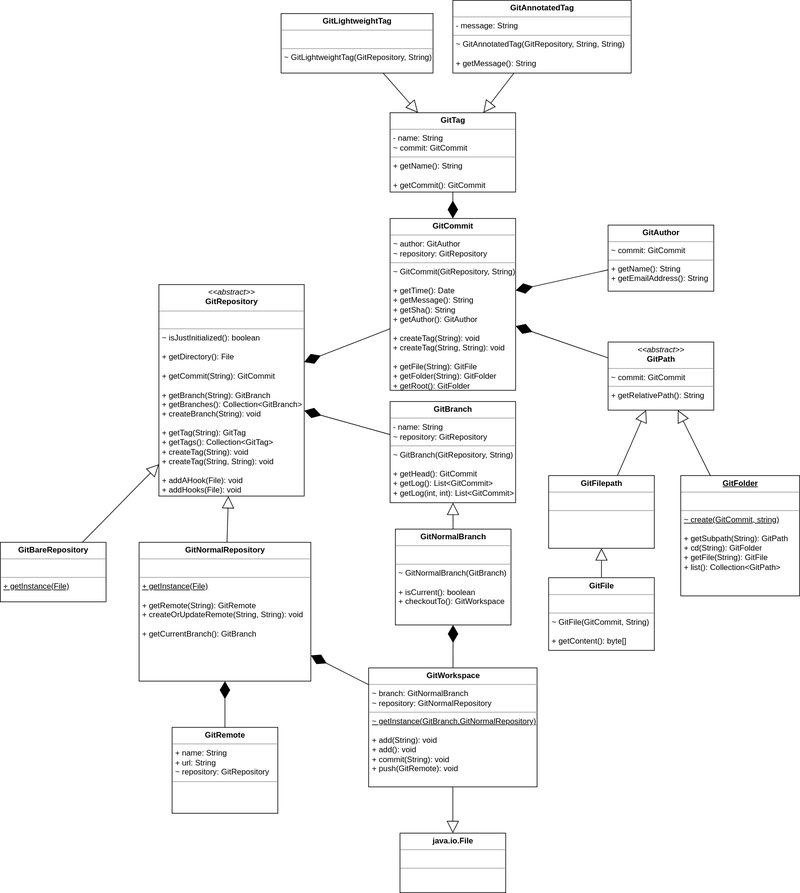
This is doc/class_uml.svg from gitenter/gitar, a draw.io export, as it was before one commit. Source tidied: cells renumbered, new cells last; positions are measured from the earlier drawing's top-left corner, leaving out a move shared by most shapes.
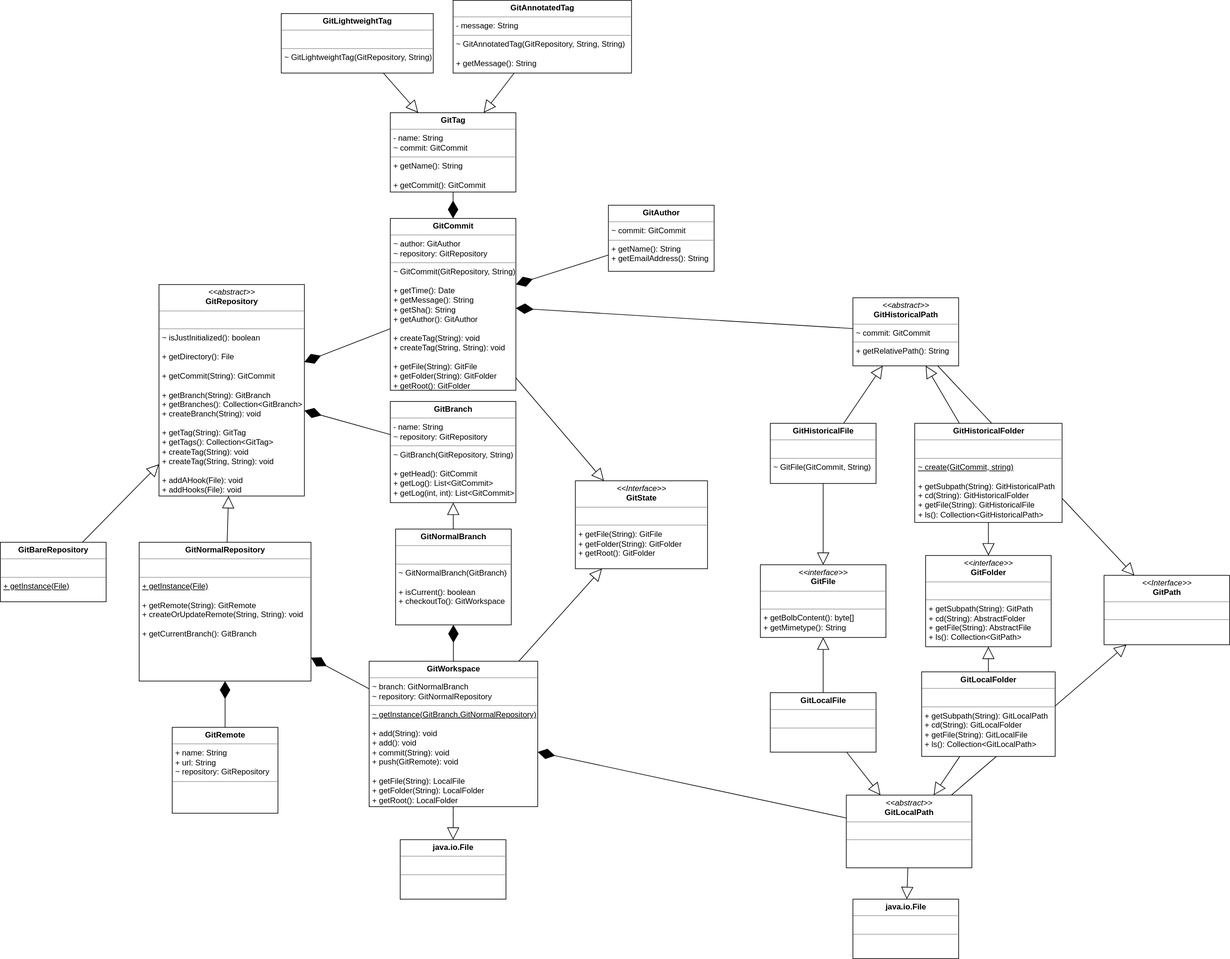
After the commit.

Commit message:
Update and add-to-javadoc class diagram

The edit, as a diff of the source:
```diff
@@ -32,29 +32,23 @@
     <mxCell id="11" style="endArrow=block;endSize=16;endFill=0;html=1;strokeColor=#000000;strokeWidth=1;fontSize=16;" parent="1" edge="1" source="10" target="2">
       <mxGeometry relative="1" as="geometry" />
     </mxCell>
-    <mxCell id="12" value="&lt;p style=&quot;margin: 0px ; margin-top: 4px ; text-align: center&quot;&gt;&lt;i&gt;&amp;lt;&amp;lt;abstract&amp;gt;&amp;gt;&lt;/i&gt;&lt;br&gt;&lt;b&gt;GitPath&lt;/b&gt;&lt;br&gt;&lt;/p&gt;&lt;hr size=&quot;1&quot;&gt;&lt;p style=&quot;margin: 0px ; margin-left: 4px&quot;&gt;&lt;span&gt;~ commit: GitCommit&lt;/span&gt;&lt;br&gt;&lt;/p&gt;&lt;hr size=&quot;1&quot;&gt;&lt;p style=&quot;margin: 0px ; margin-left: 4px&quot;&gt;+ getRelativePath(): String&lt;/p&gt;" style="verticalAlign=top;align=left;overflow=fill;fontSize=12;fontFamily=Helvetica;html=1;" parent="1" vertex="1">
-      <mxGeometry x="920" y="517" width="160" height="103" as="geometry" />
+    <mxCell id="12" value="&lt;p style=&quot;margin: 0px ; margin-top: 4px ; text-align: center&quot;&gt;&lt;i&gt;&amp;lt;&amp;lt;abstract&amp;gt;&amp;gt;&lt;/i&gt;&lt;br&gt;&lt;b&gt;GitHistoricalPath&lt;/b&gt;&lt;br&gt;&lt;/p&gt;&lt;hr size=&quot;1&quot;&gt;&lt;p style=&quot;margin: 0px ; margin-left: 4px&quot;&gt;&lt;span&gt;~ commit: GitCommit&lt;/span&gt;&lt;br&gt;&lt;/p&gt;&lt;hr size=&quot;1&quot;&gt;&lt;p style=&quot;margin: 0px ; margin-left: 4px&quot;&gt;+ getRelativePath(): String&lt;/p&gt;" style="verticalAlign=top;align=left;overflow=fill;fontSize=12;fontFamily=Helvetica;html=1;" parent="1" vertex="1">
+      <mxGeometry x="1290" y="450" width="160" height="103" as="geometry" />
     </mxCell>
     <mxCell id="13" style="endArrow=diamondThin;endFill=1;endSize=24;html=1;strokeColor=#000000;strokeWidth=1;fontSize=16;" parent="1" edge="1" source="12" target="3">
       <mxGeometry relative="1" as="geometry" />
     </mxCell>
-    <mxCell id="14" value="&lt;p style=&quot;margin: 0px ; margin-top: 4px ; text-align: center&quot;&gt;&lt;b&gt;GitFilepath&lt;/b&gt;&lt;/p&gt;&lt;hr size=&quot;1&quot;&gt;&lt;p style=&quot;margin: 0px ; margin-left: 4px&quot;&gt;&lt;br&gt;&lt;/p&gt;&lt;hr size=&quot;1&quot;&gt;&lt;p style=&quot;margin: 0px ; margin-left: 4px&quot;&gt;&lt;br&gt;&lt;/p&gt;" style="verticalAlign=top;align=left;overflow=fill;fontSize=12;fontFamily=Helvetica;html=1;" parent="1" vertex="1">
-      <mxGeometry x="830" y="719" width="160" height="110" as="geometry" />
-    </mxCell>
-    <mxCell id="15" value="&lt;p style=&quot;margin: 0px ; margin-top: 4px ; text-align: center&quot;&gt;&lt;b&gt;&lt;u&gt;GitFolder&lt;/u&gt;&lt;/b&gt;&lt;/p&gt;&lt;hr size=&quot;1&quot;&gt;&lt;p style=&quot;margin: 0px ; margin-left: 4px&quot;&gt;&lt;u&gt;&lt;br&gt;&lt;/u&gt;&lt;/p&gt;&lt;hr size=&quot;1&quot;&gt;&lt;p style=&quot;margin: 0px ; margin-left: 4px&quot;&gt;&lt;span&gt;&lt;u&gt;~ create(GitCommit, string)&lt;/u&gt;&lt;/span&gt;&lt;/p&gt;&lt;p style=&quot;margin: 0px ; margin-left: 4px&quot;&gt;&lt;span&gt;&lt;br&gt;&lt;/span&gt;&lt;/p&gt;&lt;p style=&quot;margin: 0px ; margin-left: 4px&quot;&gt;&lt;span&gt;+ getSubpath(String): GitPath&lt;/span&gt;&lt;/p&gt;&lt;p style=&quot;margin: 0px ; margin-left: 4px&quot;&gt;+ cd(String): GitFolder&lt;/p&gt;&lt;p style=&quot;margin: 0px ; margin-left: 4px&quot;&gt;+ getFile(String): GitFile&lt;/p&gt;&lt;p style=&quot;margin: 0px ; margin-left: 4px&quot;&gt;&lt;span&gt;+ list(): Collection&amp;lt;GitPath&amp;gt;&lt;/span&gt;&lt;/p&gt;" style="verticalAlign=top;align=left;overflow=fill;fontSize=12;fontFamily=Helvetica;html=1;" parent="1" vertex="1">
-      <mxGeometry x="1030" y="719" width="180" height="182" as="geometry" />
-    </mxCell>
-    <mxCell id="16" style="endArrow=block;endSize=16;endFill=0;html=1;strokeColor=#000000;strokeWidth=1;fontSize=16;" parent="1" edge="1" source="14" target="12">
+    <mxCell id="16" style="endArrow=block;endSize=16;endFill=0;html=1;strokeColor=#000000;strokeWidth=1;fontSize=16;" parent="1" edge="1" source="34" target="12">
       <mxGeometry relative="1" as="geometry" />
     </mxCell>
     <mxCell id="17" style="endArrow=block;endSize=16;endFill=0;html=1;strokeColor=#000000;strokeWidth=1;fontSize=16;" parent="1" edge="1" source="15" target="12">
       <mxGeometry relative="1" as="geometry" />
     </mxCell>
-    <mxCell id="18" value="&lt;p style=&quot;margin: 0px ; margin-top: 4px ; text-align: center&quot;&gt;&lt;b&gt;GitWorkspace&lt;/b&gt;&lt;/p&gt;&lt;hr size=&quot;1&quot;&gt;&lt;p style=&quot;margin: 0px ; margin-left: 4px&quot;&gt;~ branch: GitNormalBranch&lt;/p&gt;&lt;p style=&quot;margin: 0px ; margin-left: 4px&quot;&gt;~ repository: GitNormalRepository&lt;/p&gt;&lt;hr size=&quot;1&quot;&gt;&lt;p style=&quot;margin: 0px ; margin-left: 4px&quot;&gt;&lt;u&gt;~ getInstance(&lt;span&gt;GitBranch,GitNormalRepository)&lt;/span&gt;&lt;/u&gt;&lt;/p&gt;&lt;p style=&quot;margin: 0px ; margin-left: 4px&quot;&gt;&lt;br&gt;&lt;/p&gt;&lt;p style=&quot;margin: 0px ; margin-left: 4px&quot;&gt;+ add(String&lt;span&gt;): void&lt;/span&gt;&lt;/p&gt;&lt;p style=&quot;margin: 0px ; margin-left: 4px&quot;&gt;&lt;span&gt;+ add(): void&lt;/span&gt;&lt;/p&gt;&lt;p style=&quot;margin: 0px ; margin-left: 4px&quot;&gt;&lt;span&gt;+ commit(String): void&lt;/span&gt;&lt;/p&gt;&lt;p style=&quot;margin: 0px ; margin-left: 4px&quot;&gt;&lt;span&gt;+ push(GitRemote): void&lt;/span&gt;&lt;/p&gt;" style="verticalAlign=top;align=left;overflow=fill;fontSize=12;fontFamily=Helvetica;html=1;" parent="1" vertex="1">
-      <mxGeometry x="557.5" y="1010" width="255" height="180" as="geometry" />
+    <mxCell id="18" value="&lt;p style=&quot;margin: 0px ; margin-top: 4px ; text-align: center&quot;&gt;&lt;b&gt;GitWorkspace&lt;/b&gt;&lt;/p&gt;&lt;hr size=&quot;1&quot;&gt;&lt;p style=&quot;margin: 0px ; margin-left: 4px&quot;&gt;~ branch: GitNormalBranch&lt;/p&gt;&lt;p style=&quot;margin: 0px ; margin-left: 4px&quot;&gt;~ repository: GitNormalRepository&lt;/p&gt;&lt;hr size=&quot;1&quot;&gt;&lt;p style=&quot;margin: 0px ; margin-left: 4px&quot;&gt;&lt;u&gt;~ getInstance(&lt;span&gt;GitBranch,GitNormalRepository)&lt;/span&gt;&lt;/u&gt;&lt;/p&gt;&lt;p style=&quot;margin: 0px ; margin-left: 4px&quot;&gt;&lt;br&gt;&lt;/p&gt;&lt;p style=&quot;margin: 0px ; margin-left: 4px&quot;&gt;+ add(String&lt;span&gt;): void&lt;/span&gt;&lt;/p&gt;&lt;p style=&quot;margin: 0px ; margin-left: 4px&quot;&gt;&lt;span&gt;+ add(): void&lt;/span&gt;&lt;/p&gt;&lt;p style=&quot;margin: 0px ; margin-left: 4px&quot;&gt;&lt;span&gt;+ commit(String): void&lt;/span&gt;&lt;/p&gt;&lt;p style=&quot;margin: 0px ; margin-left: 4px&quot;&gt;&lt;span&gt;+ push(GitRemote): void&lt;/span&gt;&lt;/p&gt;&lt;p style=&quot;margin: 0px ; margin-left: 4px&quot;&gt;&lt;span&gt;&lt;br&gt;&lt;/span&gt;&lt;/p&gt;&lt;p style=&quot;margin: 0px ; margin-left: 4px&quot;&gt;&lt;span&gt;+ getFile(String): LocalFile&lt;/span&gt;&lt;/p&gt;&lt;p style=&quot;margin: 0px ; margin-left: 4px&quot;&gt;&lt;span&gt;+ getFolder(String): LocalFolder&lt;/span&gt;&lt;/p&gt;&lt;p style=&quot;margin: 0px ; margin-left: 4px&quot;&gt;&lt;span&gt;+ getRoot(): LocalFolder&lt;/span&gt;&lt;/p&gt;" style="verticalAlign=top;align=left;overflow=fill;fontSize=12;fontFamily=Helvetica;html=1;" parent="1" vertex="1">
+      <mxGeometry x="558" y="1000" width="255" height="220" as="geometry" />
     </mxCell>
     <mxCell id="19" value="&lt;p style=&quot;margin: 0px ; margin-top: 4px ; text-align: center&quot;&gt;&lt;b&gt;java.io.File&lt;/b&gt;&lt;/p&gt;&lt;hr size=&quot;1&quot;&gt;&lt;p style=&quot;margin: 0px ; margin-left: 4px&quot;&gt;&lt;br&gt;&lt;/p&gt;&lt;hr size=&quot;1&quot;&gt;&lt;p style=&quot;margin: 0px ; margin-left: 4px&quot;&gt;&lt;br&gt;&lt;/p&gt;" style="verticalAlign=top;align=left;overflow=fill;fontSize=12;fontFamily=Helvetica;html=1;" parent="1" vertex="1">
-      <mxGeometry x="605" y="1260" width="160" height="90" as="geometry" />
+      <mxGeometry x="605" y="1270" width="160" height="90" as="geometry" />
     </mxCell>
     <mxCell id="20" style="endArrow=block;endSize=16;endFill=0;html=1;" parent="1" edge="1" source="18" target="19">
       <mxGeometry relative="1" as="geometry" />
@@ -93,16 +87,76 @@
       <mxGeometry relative="1" as="geometry" />
     </mxCell>
     <mxCell id="32" value="&lt;p style=&quot;margin: 0px ; margin-top: 4px ; text-align: center&quot;&gt;&lt;b&gt;GitAuthor&lt;/b&gt;&lt;/p&gt;&lt;hr size=&quot;1&quot;&gt;&lt;p style=&quot;margin: 0px ; margin-left: 4px&quot;&gt;~ commit: GitCommit&lt;/p&gt;&lt;hr size=&quot;1&quot;&gt;&lt;p style=&quot;margin: 0px ; margin-left: 4px&quot;&gt;+ getName(): String&lt;/p&gt;&lt;p style=&quot;margin: 0px ; margin-left: 4px&quot;&gt;+ getEmailAddress(): String&lt;/p&gt;" style="verticalAlign=top;align=left;overflow=fill;fontSize=12;fontFamily=Helvetica;html=1;" parent="1" vertex="1">
-      <mxGeometry x="920" y="340" width="160" height="100" as="geometry" />
+      <mxGeometry x="920" y="310" width="160" height="100" as="geometry" />
     </mxCell>
     <mxCell id="33" style="endArrow=diamondThin;endFill=1;endSize=24;html=1;strokeColor=#000000;strokeWidth=1;fontSize=16;" parent="1" edge="1" source="32" target="3">
       <mxGeometry relative="1" as="geometry" />
     </mxCell>
-    <mxCell id="34" value="&lt;p style=&quot;margin: 0px ; margin-top: 4px ; text-align: center&quot;&gt;&lt;b&gt;GitFile&lt;/b&gt;&lt;/p&gt;&lt;hr size=&quot;1&quot;&gt;&lt;p style=&quot;margin: 0px ; margin-left: 4px&quot;&gt;&lt;br&gt;&lt;/p&gt;&lt;hr size=&quot;1&quot;&gt;&lt;p style=&quot;margin: 0px ; margin-left: 4px&quot;&gt;~ GitFile(GitCommit, String)&lt;/p&gt;&lt;p style=&quot;margin: 0px ; margin-left: 4px&quot;&gt;&lt;br&gt;&lt;/p&gt;&lt;p style=&quot;margin: 0px ; margin-left: 4px&quot;&gt;+ getContent(): byte[]&lt;/p&gt;" style="verticalAlign=top;align=left;overflow=fill;fontSize=12;fontFamily=Helvetica;html=1;" parent="1" vertex="1">
-      <mxGeometry x="830" y="873.5" width="160" height="110" as="geometry" />
+    <mxCell id="34" value="&lt;p style=&quot;margin: 0px ; margin-top: 4px ; text-align: center&quot;&gt;&lt;b&gt;GitHistoricalFile&lt;/b&gt;&lt;/p&gt;&lt;hr size=&quot;1&quot;&gt;&lt;p style=&quot;margin: 0px ; margin-left: 4px&quot;&gt;&lt;br&gt;&lt;/p&gt;&lt;hr size=&quot;1&quot;&gt;&lt;p style=&quot;margin: 0px ; margin-left: 4px&quot;&gt;~ GitFile(GitCommit, String)&lt;/p&gt;" style="verticalAlign=top;align=left;overflow=fill;fontSize=12;fontFamily=Helvetica;html=1;" parent="1" vertex="1">
+      <mxGeometry x="1165" y="640" width="160" height="91" as="geometry" />
     </mxCell>
-    <mxCell id="35" style="endArrow=block;endSize=16;endFill=0;html=1;strokeColor=#000000;strokeWidth=1;fontSize=16;" parent="1" edge="1" source="34" target="14">
-      <mxGeometry relative="1" as="geometry" />
+    <mxCell id="35" value="&lt;p style=&quot;margin: 0px ; margin-top: 4px ; text-align: center&quot;&gt;&lt;i&gt;&amp;lt;&amp;lt;interface&amp;gt;&amp;gt;&lt;/i&gt;&lt;br&gt;&lt;b&gt;GitFile&lt;/b&gt;&lt;/p&gt;&lt;hr size=&quot;1&quot;&gt;&lt;p style=&quot;margin: 0px ; margin-left: 4px&quot;&gt;&lt;br&gt;&lt;/p&gt;&lt;hr size=&quot;1&quot;&gt;&lt;p style=&quot;margin: 0px ; margin-left: 4px&quot;&gt;+ getBolbContent(): byte[]&lt;br&gt;&lt;/p&gt;&lt;p style=&quot;margin: 0px ; margin-left: 4px&quot;&gt;+ getMimetype(): String&lt;/p&gt;" style="verticalAlign=top;align=left;overflow=fill;fontSize=12;fontFamily=Helvetica;html=1;fillColor=#FFFFFF;" parent="1" vertex="1">
+      <mxGeometry x="1150" y="854" width="190" height="110" as="geometry" />
     </mxCell>
+    <mxCell id="36" style="endArrow=block;endSize=16;endFill=0;html=1;strokeColor=#000000;strokeWidth=1;fontSize=16;" parent="1" edge="1" source="34" target="35">
+      <mxGeometry relative="1" as="geometry" />
+    </mxCell>
+    <mxCell id="37" value="&lt;p style=&quot;margin: 0px ; margin-top: 4px ; text-align: center&quot;&gt;&lt;b&gt;GitLocalFile&lt;/b&gt;&lt;/p&gt;&lt;hr size=&quot;1&quot;&gt;&lt;p style=&quot;margin: 0px ; margin-left: 4px&quot;&gt;&lt;br&gt;&lt;/p&gt;&lt;hr size=&quot;1&quot;&gt;&lt;p style=&quot;margin: 0px ; margin-left: 4px&quot;&gt;&lt;br&gt;&lt;/p&gt;" style="verticalAlign=top;align=left;overflow=fill;fontSize=12;fontFamily=Helvetica;html=1;fillColor=#FFFFFF;" parent="1" vertex="1">
+      <mxGeometry x="1165" y="1047.5" width="160" height="90" as="geometry" />
+    </mxCell>
+    <mxCell id="38" style="endArrow=block;endSize=16;endFill=0;html=1;strokeColor=#000000;strokeWidth=1;fontSize=16;" parent="1" edge="1" source="37" target="35">
+      <mxGeometry relative="1" as="geometry" />
+    </mxCell>
+    <mxCell id="39" value="&lt;p style=&quot;margin: 0px ; margin-top: 4px ; text-align: center&quot;&gt;&lt;i&gt;&amp;lt;&amp;lt;interface&amp;gt;&amp;gt;&lt;/i&gt;&lt;br&gt;&lt;b&gt;GitFolder&lt;/b&gt;&lt;/p&gt;&lt;hr size=&quot;1&quot;&gt;&lt;p style=&quot;margin: 0px ; margin-left: 4px&quot;&gt;&lt;br&gt;&lt;/p&gt;&lt;hr size=&quot;1&quot;&gt;&lt;p style=&quot;margin: 0px ; margin-left: 4px&quot;&gt;+ getSubpath(String): GitPath&lt;/p&gt;&lt;p style=&quot;margin: 0px ; margin-left: 4px&quot;&gt;+ cd(String): AbstractFolder&lt;/p&gt;&lt;p style=&quot;margin: 0px ; margin-left: 4px&quot;&gt;+ getFile(String): AbstractFile&lt;/p&gt;&lt;p style=&quot;margin: 0px ; margin-left: 4px&quot;&gt;+ ls(): Collection&amp;lt;GitPath&amp;gt;&lt;/p&gt;" style="verticalAlign=top;align=left;overflow=fill;fontSize=12;fontFamily=Helvetica;html=1;fillColor=#FFFFFF;" parent="1" vertex="1">
+      <mxGeometry x="1400" y="840" width="190" height="138" as="geometry" />
+    </mxCell>
+    <mxCell id="40" style="endArrow=block;endSize=16;endFill=0;html=1;strokeColor=#000000;strokeWidth=1;fontSize=16;" parent="1" edge="1" source="51" target="39">
+      <mxGeometry relative="1" as="geometry" />
+    </mxCell>
+    <mxCell id="41" style="endArrow=block;endSize=16;endFill=0;html=1;strokeColor=#000000;strokeWidth=1;fontSize=16;" parent="1" edge="1" source="15" target="39">
+      <mxGeometry relative="1" as="geometry" />
+    </mxCell>
+    <mxCell id="42" value="&lt;p style=&quot;margin: 0px ; margin-top: 4px ; text-align: center&quot;&gt;&lt;i&gt;&amp;lt;&amp;lt;Interface&amp;gt;&amp;gt;&lt;/i&gt;&lt;br&gt;&lt;b&gt;GitState&lt;/b&gt;&lt;/p&gt;&lt;hr size=&quot;1&quot;&gt;&lt;p style=&quot;margin: 0px ; margin-left: 4px&quot;&gt;&lt;br&gt;&lt;/p&gt;&lt;hr size=&quot;1&quot;&gt;&lt;p style=&quot;margin: 0px ; margin-left: 4px&quot;&gt;+ getFile(String): GitFile&lt;/p&gt;&lt;p style=&quot;margin: 0px ; margin-left: 4px&quot;&gt;+ getFolder(String): GitFolder&lt;/p&gt;&lt;p style=&quot;margin: 0px ; margin-left: 4px&quot;&gt;+ getRoot(): GitFolder&lt;/p&gt;" style="verticalAlign=top;align=left;overflow=fill;fontSize=12;fontFamily=Helvetica;html=1;fillColor=#FFFFFF;" parent="1" vertex="1">
+      <mxGeometry x="870" y="727" width="200" height="133" as="geometry" />
+    </mxCell>
+    <mxCell id="43" style="endArrow=block;endSize=16;endFill=0;html=1;strokeColor=#000000;strokeWidth=1;fontSize=16;" parent="1" edge="1" source="3" target="42">
+      <mxGeometry relative="1" as="geometry" />
+    </mxCell>
+    <mxCell id="44" style="endArrow=block;endSize=16;endFill=0;html=1;strokeColor=#000000;strokeWidth=1;fontSize=16;" parent="1" edge="1" source="18" target="42">
+      <mxGeometry relative="1" as="geometry" />
+    </mxCell>
+    <mxCell id="45" value="&lt;p style=&quot;margin: 0px ; margin-top: 4px ; text-align: center&quot;&gt;&lt;i&gt;&amp;lt;&amp;lt;abstract&amp;gt;&amp;gt;&lt;/i&gt;&lt;br&gt;&lt;b&gt;GitLocalPath&lt;/b&gt;&lt;/p&gt;&lt;hr size=&quot;1&quot;&gt;&lt;p style=&quot;margin: 0px ; margin-left: 4px&quot;&gt;&lt;br&gt;&lt;/p&gt;&lt;hr size=&quot;1&quot;&gt;&lt;p style=&quot;margin: 0px ; margin-left: 4px&quot;&gt;&lt;br&gt;&lt;/p&gt;" style="verticalAlign=top;align=left;overflow=fill;fontSize=12;fontFamily=Helvetica;html=1;fillColor=#FFFFFF;" parent="1" vertex="1">
+      <mxGeometry x="1280" y="1202.5" width="190" height="110" as="geometry" />
+    </mxCell>
+    <mxCell id="46" style="endArrow=diamondThin;endFill=1;endSize=24;html=1;strokeColor=#000000;strokeWidth=1;fontSize=16;" parent="1" edge="1" source="45" target="18">
+      <mxGeometry relative="1" as="geometry" />
+    </mxCell>
+    <mxCell id="47" style="endArrow=block;endSize=16;endFill=0;html=1;strokeColor=#000000;strokeWidth=1;fontSize=16;" parent="1" edge="1" source="37" target="45">
+      <mxGeometry relative="1" as="geometry" />
+    </mxCell>
+    <mxCell id="48" style="endArrow=block;endSize=16;endFill=0;html=1;strokeColor=#000000;strokeWidth=1;fontSize=16;" parent="1" edge="1" source="51" target="45">
+      <mxGeometry relative="1" as="geometry" />
+    </mxCell>
+    <mxCell id="49" value="&lt;p style=&quot;margin: 0px ; margin-top: 4px ; text-align: center&quot;&gt;&lt;i&gt;&amp;lt;&amp;lt;Interface&amp;gt;&amp;gt;&lt;/i&gt;&lt;br&gt;&lt;b&gt;GitPath&lt;/b&gt;&lt;/p&gt;&lt;hr size=&quot;1&quot;&gt;&lt;p style=&quot;margin: 0px ; margin-left: 4px&quot;&gt;&lt;br&gt;&lt;/p&gt;&lt;hr size=&quot;1&quot;&gt;&lt;p style=&quot;margin: 0px ; margin-left: 4px&quot;&gt;&lt;br&gt;&lt;/p&gt;" style="verticalAlign=top;align=left;overflow=fill;fontSize=12;fontFamily=Helvetica;html=1;fillColor=#FFFFFF;" parent="1" vertex="1">
+      <mxGeometry x="1670" y="870" width="190" height="105" as="geometry" />
+    </mxCell>
+    <mxCell id="50" style="endArrow=block;endSize=16;endFill=0;html=1;strokeColor=#000000;strokeWidth=1;fontSize=16;" parent="1" edge="1" source="45" target="49">
+      <mxGeometry relative="1" as="geometry" />
+    </mxCell>
+    <mxCell id="51" value="&lt;p style=&quot;margin: 0px ; margin-top: 4px ; text-align: center&quot;&gt;&lt;b&gt;GitLocalFolder&lt;/b&gt;&lt;/p&gt;&lt;hr size=&quot;1&quot;&gt;&lt;p style=&quot;margin: 0px ; margin-left: 4px&quot;&gt;&lt;br&gt;&lt;/p&gt;&lt;hr size=&quot;1&quot;&gt;&lt;p style=&quot;margin: 0px ; margin-left: 4px&quot;&gt;+ getSubpath(String): GitLocalPath&lt;/p&gt;&lt;p style=&quot;margin: 0px ; margin-left: 4px&quot;&gt;+ cd(String): GitLocalFolder&lt;/p&gt;&lt;p style=&quot;margin: 0px ; margin-left: 4px&quot;&gt;+ getFile(String): GitLocalFile&lt;/p&gt;&lt;p style=&quot;margin: 0px ; margin-left: 4px&quot;&gt;+ ls(): Collection&amp;lt;GitLocalPath&amp;gt;&lt;/p&gt;" style="verticalAlign=top;align=left;overflow=fill;fontSize=12;fontFamily=Helvetica;html=1;fillColor=#FFFFFF;" parent="1" vertex="1">
+      <mxGeometry x="1394" y="1016" width="202" height="128" as="geometry" />
+    </mxCell>
+    <mxCell id="52" style="endArrow=block;endSize=16;endFill=0;html=1;strokeColor=#000000;strokeWidth=1;fontSize=16;" parent="1" edge="1" source="12" target="49">
+      <mxGeometry relative="1" as="geometry" />
+    </mxCell>
+    <mxCell id="15" value="&lt;p style=&quot;margin: 0px ; margin-top: 4px ; text-align: center&quot;&gt;&lt;b&gt;GitHistoricalFolder&lt;/b&gt;&lt;/p&gt;&lt;hr size=&quot;1&quot;&gt;&lt;p style=&quot;margin: 0px ; margin-left: 4px&quot;&gt;&lt;u&gt;&lt;br&gt;&lt;/u&gt;&lt;/p&gt;&lt;hr size=&quot;1&quot;&gt;&lt;p style=&quot;margin: 0px ; margin-left: 4px&quot;&gt;&lt;span&gt;&lt;u&gt;~ create(GitCommit, string)&lt;/u&gt;&lt;/span&gt;&lt;/p&gt;&lt;p style=&quot;margin: 0px ; margin-left: 4px&quot;&gt;&lt;span&gt;&lt;br&gt;&lt;/span&gt;&lt;/p&gt;&lt;p style=&quot;margin: 0px ; margin-left: 4px&quot;&gt;&lt;span&gt;+ getSubpath(String): GitHistoricalPath&lt;/span&gt;&lt;/p&gt;&lt;p style=&quot;margin: 0px ; margin-left: 4px&quot;&gt;+ cd(String): GitHistoricalFolder&lt;/p&gt;&lt;p style=&quot;margin: 0px ; margin-left: 4px&quot;&gt;+ getFile(String): GitHistoricalFile&lt;/p&gt;&lt;p style=&quot;margin: 0px ; margin-left: 4px&quot;&gt;&lt;span&gt;+ ls(): Collection&amp;lt;GitHistoricalPath&amp;gt;&lt;/span&gt;&lt;/p&gt;" style="verticalAlign=top;align=left;overflow=fill;fontSize=12;fontFamily=Helvetica;html=1;" parent="1" vertex="1">
+      <mxGeometry x="1383.5" y="640" width="223" height="150" as="geometry" />
+    </mxCell>
+    <mxCell id="53" value="&lt;p style=&quot;margin: 0px ; margin-top: 4px ; text-align: center&quot;&gt;&lt;b&gt;java.io.File&lt;/b&gt;&lt;/p&gt;&lt;hr size=&quot;1&quot;&gt;&lt;p style=&quot;margin: 0px ; margin-left: 4px&quot;&gt;&lt;br&gt;&lt;/p&gt;&lt;hr size=&quot;1&quot;&gt;&lt;p style=&quot;margin: 0px ; margin-left: 4px&quot;&gt;&lt;br&gt;&lt;/p&gt;" style="verticalAlign=top;align=left;overflow=fill;fontSize=12;fontFamily=Helvetica;html=1;" parent="1" vertex="1">
+      <mxGeometry x="1290" y="1360" width="160" height="90" as="geometry" />
+    </mxCell>
+    <mxCell id="54" style="endArrow=block;endSize=16;endFill=0;html=1;" parent="1" edge="1" source="45" target="53">
+      <mxGeometry relative="1" as="geometry" />
+    </mxCell>
   </root>
 </mxGraphModel>
```
